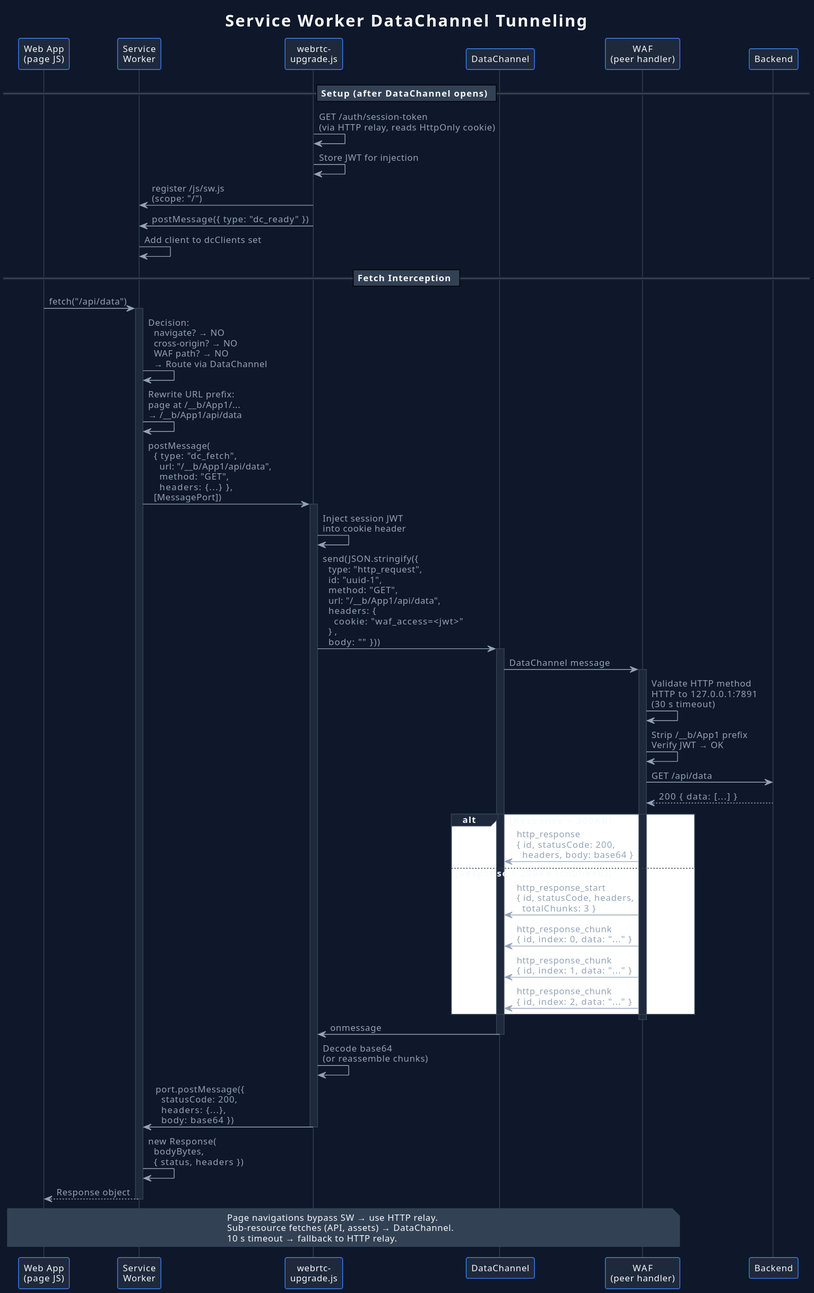
Above: bridges/punchd-bridge/docs/diagrams/service-worker-datachannel.svg in tide-foundation/keylessh-m2 (PlantUML), before the change. Its diagram source:
```plantuml
@startuml
!theme plain
title Service Worker DataChannel Tunneling

skinparam {
  backgroundColor #0f172a
  defaultFontColor #f8fafc
  defaultFontName "Segoe UI"
  defaultFontSize 12
  SequenceLifeLineBorderColor #334155
  SequenceLifeLineBackgroundColor #1e293b
  ParticipantBackgroundColor #1e293b
  ParticipantBorderColor #3b82f6
  ParticipantFontColor #f8fafc
  ArrowColor #94a3b8
  ArrowFontColor #94a3b8
  NoteBackgroundColor #1e293b
  NoteBorderColor #334155
  NoteFontColor #f8fafc
  SequenceGroupBackgroundColor #1e293b
  SequenceGroupBorderColor #334155
  SequenceDividerBackgroundColor #334155
  SequenceDividerFontColor #f8fafc
}

participant "Web App\n(page JS)" as app #1e293b
participant "Service\nWorker" as sw #1e293b
participant "webrtc-\nupgrade.js" as rtc #1e293b
participant "DataChannel" as dc #1e293b
participant "WAF\n(peer handler)" as waf #1e293b
participant "Backend" as backend #1e293b

== Setup (after DataChannel opens) ==

rtc -> rtc : GET /auth/session-token\n(via HTTP relay, reads HttpOnly cookie)
rtc -> rtc : Store JWT for injection

rtc -> sw : register /js/sw.js\n(scope: "/")
rtc -> sw : postMessage({ type: "dc_ready" })
sw -> sw : Add client to dcClients set

== Fetch Interception ==

app -> sw : fetch("/api/data")
activate sw

sw -> sw : Decision:\n  navigate? → NO\n  cross-origin? → NO\n  WAF path? → NO\n  → Route via DataChannel

sw -> sw : Rewrite URL prefix:\npage at /__b/App1/...\n→ /__b/App1/api/data

sw -> rtc : postMessage(\n  { type: "dc_fetch",\n    url: "/__b/App1/api/data",\n    method: "GET",\n    headers: {...} },\n  [MessagePort])
activate rtc

rtc -> rtc : Inject session JWT\ninto cookie header

rtc -> dc : send(JSON.stringify({\n  type: "http_request",\n  id: "uuid-1",\n  method: "GET",\n  url: "/__b/App1/api/data",\n  headers: {\n    cookie: "waf_access=<jwt>"\n  },\n  body: "" }))
activate dc

dc -> waf : DataChannel message
activate waf

waf -> waf : Validate HTTP method\nHTTP to 127.0.0.1:7891\n(30 s timeout)
waf -> waf : Strip /__b/App1 prefix\nVerify JWT → OK

waf -> backend : GET /api/data
backend --> waf : 200 { data: [...] }

alt Response < 200KB
  waf -> dc : http_response\n{ id, statusCode: 200,\n  headers, body: base64 }
else Response > 200KB (chunked)
  waf -> dc : http_response_start\n{ id, statusCode, headers,\n  totalChunks: 3 }
  waf -> dc : http_response_chunk\n{ id, index: 0, data: "..." }
  waf -> dc : http_response_chunk\n{ id, index: 1, data: "..." }
  waf -> dc : http_response_chunk\n{ id, index: 2, data: "..." }
end

deactivate waf

dc -> rtc : onmessage
deactivate dc

rtc -> rtc : Decode base64\n(or reassemble chunks)

rtc -> sw : port.postMessage({\n  statusCode: 200,\n  headers: {...},\n  body: base64 })
deactivate rtc

sw -> sw : new Response(\n  bodyBytes,\n  { status, headers })

sw --> app : Response object
deactivate sw

note over app, waf #334155
  Page navigations bypass SW → use HTTP relay.
  Sub-resource fetches (API, assets) → DataChannel.
  10 s timeout → fallback to HTTP relay.
end note
@enduml
```
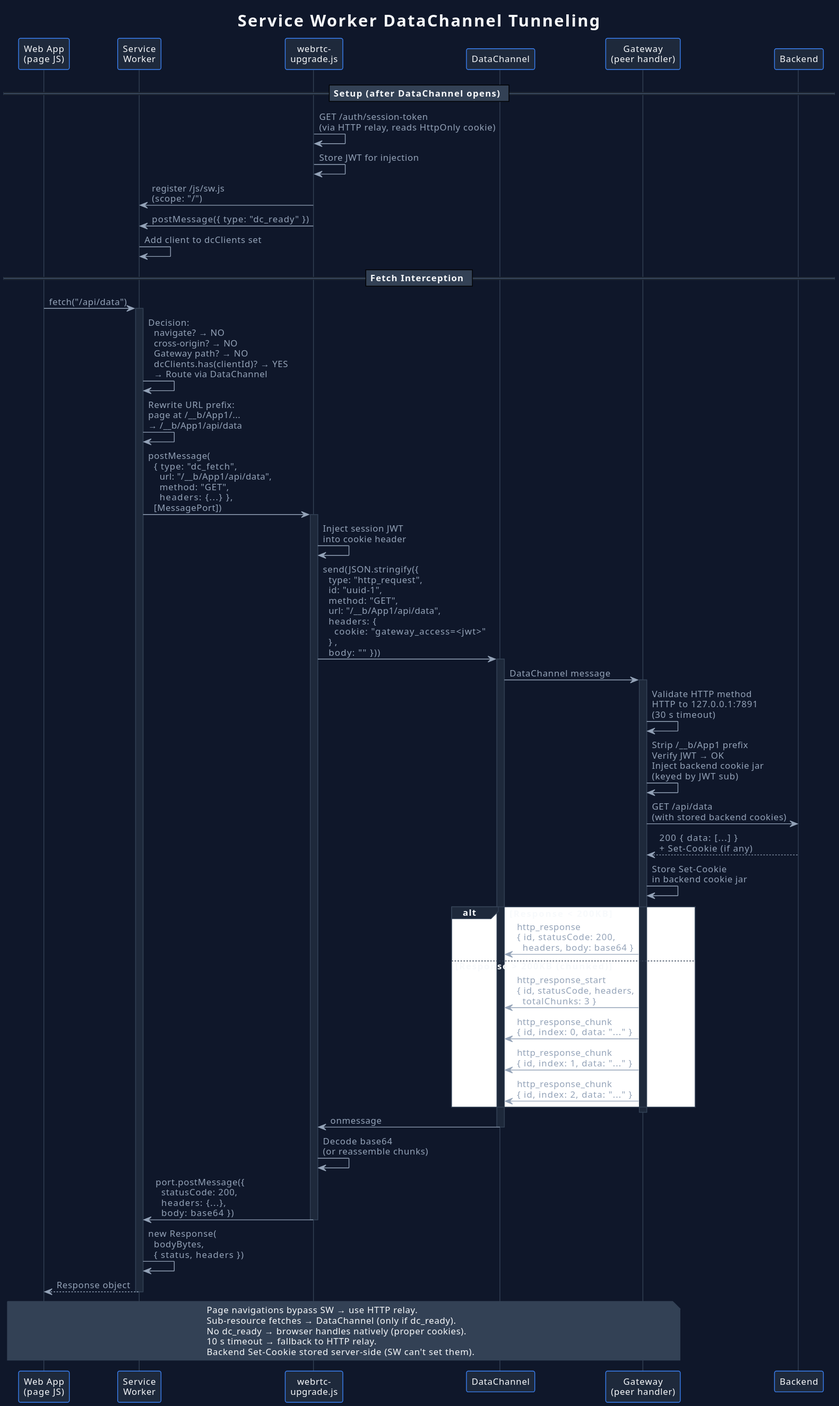
The same file after the commit.

What changed in the source:
```diff
@@ -27,7 +27,7 @@
 participant "Service\nWorker" as sw #1e293b
 participant "webrtc-\nupgrade.js" as rtc #1e293b
 participant "DataChannel" as dc #1e293b
-participant "WAF\n(peer handler)" as waf #1e293b
+participant "Gateway\n(peer handler)" as gw #1e293b
 participant "Backend" as backend #1e293b
 
 == Setup (after DataChannel opens) ==
@@ -44,7 +44,7 @@
 app -> sw : fetch("/api/data")
 activate sw
 
-sw -> sw : Decision:\n  navigate? → NO\n  cross-origin? → NO\n  WAF path? → NO\n  → Route via DataChannel
+sw -> sw : Decision:\n  navigate? → NO\n  cross-origin? → NO\n  Gateway path? → NO\n  dcClients.has(clientId)? → YES\n  → Route via DataChannel
 
 sw -> sw : Rewrite URL prefix:\npage at /__b/App1/...\n→ /__b/App1/api/data
 
@@ -53,28 +53,29 @@
 
 rtc -> rtc : Inject session JWT\ninto cookie header
 
-rtc -> dc : send(JSON.stringify({\n  type: "http_request",\n  id: "uuid-1",\n  method: "GET",\n  url: "/__b/App1/api/data",\n  headers: {\n    cookie: "waf_access=<jwt>"\n  },\n  body: "" }))
+rtc -> dc : send(JSON.stringify({\n  type: "http_request",\n  id: "uuid-1",\n  method: "GET",\n  url: "/__b/App1/api/data",\n  headers: {\n    cookie: "gateway_access=<jwt>"\n  },\n  body: "" }))
 activate dc
 
-dc -> waf : DataChannel message
-activate waf
+dc -> gw : DataChannel message
+activate gw
 
-waf -> waf : Validate HTTP method\nHTTP to 127.0.0.1:7891\n(30 s timeout)
-waf -> waf : Strip /__b/App1 prefix\nVerify JWT → OK
+gw -> gw : Validate HTTP method\nHTTP to 127.0.0.1:7891\n(30 s timeout)
+gw -> gw : Strip /__b/App1 prefix\nVerify JWT → OK\nInject backend cookie jar\n(keyed by JWT sub)
 
-waf -> backend : GET /api/data
-backend --> waf : 200 { data: [...] }
+gw -> backend : GET /api/data\n(with stored backend cookies)
+backend --> gw : 200 { data: [...] }\n+ Set-Cookie (if any)
+gw -> gw : Store Set-Cookie\nin backend cookie jar
 
 alt Response < 200KB
-  waf -> dc : http_response\n{ id, statusCode: 200,\n  headers, body: base64 }
+  gw -> dc : http_response\n{ id, statusCode: 200,\n  headers, body: base64 }
 else Response > 200KB (chunked)
-  waf -> dc : http_response_start\n{ id, statusCode, headers,\n  totalChunks: 3 }
-  waf -> dc : http_response_chunk\n{ id, index: 0, data: "..." }
-  waf -> dc : http_response_chunk\n{ id, index: 1, data: "..." }
-  waf -> dc : http_response_chunk\n{ id, index: 2, data: "..." }
+  gw -> dc : http_response_start\n{ id, statusCode, headers,\n  totalChunks: 3 }
+  gw -> dc : http_response_chunk\n{ id, index: 0, data: "..." }
+  gw -> dc : http_response_chunk\n{ id, index: 1, data: "..." }
+  gw -> dc : http_response_chunk\n{ id, index: 2, data: "..." }
 end
 
-deactivate waf
+deactivate gw
 
 dc -> rtc : onmessage
 deactivate dc
@@ -89,9 +90,11 @@
 sw --> app : Response object
 deactivate sw
 
-note over app, waf #334155
+note over app, gw #334155
   Page navigations bypass SW → use HTTP relay.
-  Sub-resource fetches (API, assets) → DataChannel.
+  Sub-resource fetches → DataChannel (only if dc_ready).
+  No dc_ready → browser handles natively (proper cookies).
   10 s timeout → fallback to HTTP relay.
+  Backend Set-Cookie stored server-side (SW can't set them).
 end note
 @enduml
```
